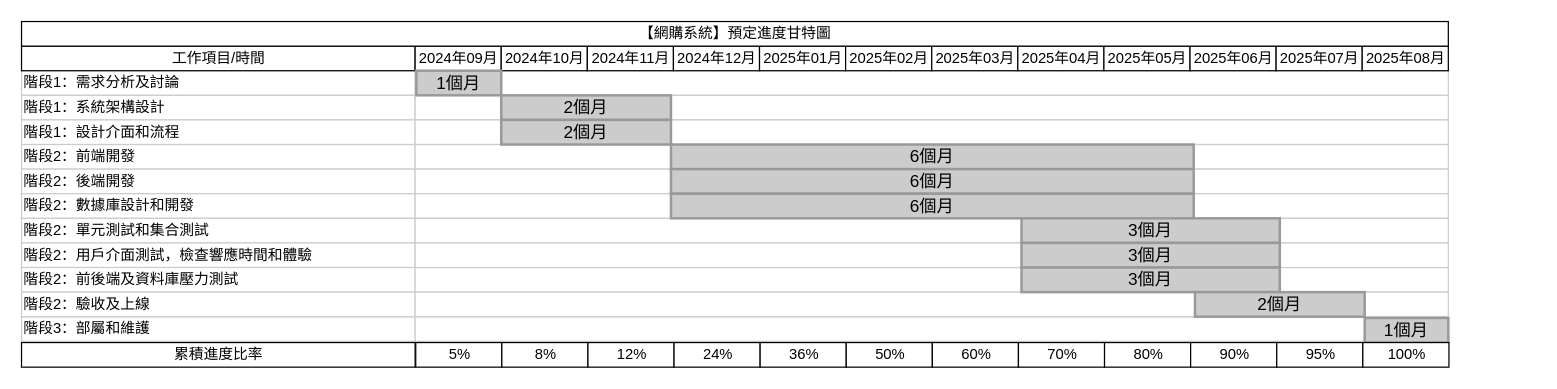
Earlier version of the draw.io diagram src/一下_軟體專案管理/專案管理2024.05.04.drawio (weiiweiihung/NTOU_Homework). Source tidied: cells renumbered, new cells numbered last; positions are measured from the earlier drawing's top-left corner, leaving out a move shared by most shapes. Both pictures are drawn from the tidied source at 123%, with x=0, y=0 at pixel (21, 21).
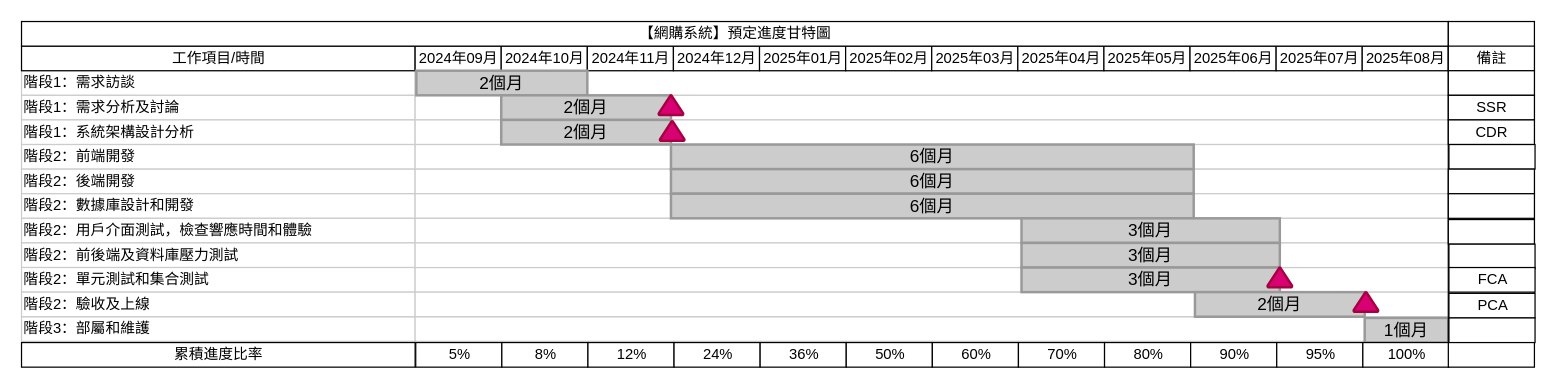
After the change.

Diff of the diagram source:
```diff
@@
-    <mxCell id="2" value="階段1：需求分析及討論" style="align=left;strokeColor=#CCCCCC;html=1;" parent="1" vertex="1">
+    <mxCell id="2" value="階段1：需求訪談" style="align=left;strokeColor=#CCCCCC;html=1;" parent="1" vertex="1">
       <mxGeometry y="40" width="320" height="20" as="geometry" />
     </mxCell>
-    <mxCell id="3" value="階段1：系統架構設計" style="align=left;strokeColor=#CCCCCC;html=1;" parent="1" vertex="1">
+    <mxCell id="3" value="階段1：需求分析及討論" style="align=left;strokeColor=#CCCCCC;html=1;" parent="1" vertex="1">
       <mxGeometry y="60" width="320" height="20" as="geometry" />
     </mxCell>
-    <mxCell id="4" value="階段1：設計介面和流程" style="align=left;strokeColor=#CCCCCC;html=1;" parent="1" vertex="1">
+    <mxCell id="4" value="階段1：系統架構設計分析" style="align=left;strokeColor=#CCCCCC;html=1;" parent="1" vertex="1">
       <mxGeometry y="80" width="320" height="20" as="geometry" />
     </mxCell>
@@
-    <mxCell id="9" value="階段2：單元測試和集合測試" style="align=left;strokeColor=#CCCCCC;html=1;" parent="1" vertex="1">
+    <mxCell id="9" value="階段2：用戶介面測試，檢查響應時間和體驗" style="align=left;strokeColor=#CCCCCC;html=1;" parent="1" vertex="1">
       <mxGeometry y="160" width="320" height="20" as="geometry" />
     </mxCell>
@@
-    <mxCell id="33" value="階段2：用戶介面測試，檢查響應時間和體驗" style="align=left;strokeColor=#CCCCCC;html=1;" parent="1" vertex="1">
+    <mxCell id="33" value="階段2：前後端及資料庫壓力測試" style="align=left;strokeColor=#CCCCCC;html=1;" parent="1" vertex="1">
       <mxGeometry y="180" width="320" height="20" as="geometry" />
     </mxCell>
-    <mxCell id="34" value="階段2：前後端及資料庫壓力測試" style="align=left;strokeColor=#CCCCCC;html=1;" parent="1" vertex="1">
+    <mxCell id="34" value="階段2：單元測試和集合測試" style="align=left;strokeColor=#CCCCCC;html=1;" parent="1" vertex="1">
       <mxGeometry y="200" width="320" height="20" as="geometry" />
     </mxCell>
@@
-    <mxCell id="39" value="1個月" style="whiteSpace=wrap;html=1;strokeWidth=2;fillColor=#CCCCCC;gradientColor=none;fontSize=14;align=center;strokeColor=#999999;" parent="1" vertex="1">
-      <mxGeometry x="321" y="40" width="69" height="20" as="geometry" />
+    <mxCell id="39" value="2個月" style="whiteSpace=wrap;html=1;strokeWidth=2;fillColor=#CCCCCC;gradientColor=none;fontSize=14;align=center;strokeColor=#999999;" parent="1" vertex="1">
+      <mxGeometry x="321" y="40" width="139" height="20" as="geometry" />
     </mxCell>
@@
+    <mxCell id="62" style="strokeWidth=2;html=1;shape=mxgraph.flowchart.extract_or_measurement;whiteSpace=wrap;fillColor=#d80073;fontColor=#ffffff;strokeColor=#A50040;" parent="1" vertex="1">
+      <mxGeometry x="518" y="60" width="20" height="16" as="geometry" />
+    </mxCell>
+    <mxCell id="63" style="strokeWidth=1;fontStyle=0;html=1;" parent="1" vertex="1">
+      <mxGeometry x="1160" width="70" height="281" as="geometry" />
+    </mxCell>
+    <mxCell id="64" value="備註" style="strokeWidth=1;fontStyle=0;html=1;" parent="1" vertex="1">
+      <mxGeometry x="1160" y="20" width="70" height="20" as="geometry" />
+    </mxCell>
+    <mxCell id="65" style="strokeWidth=1;fontStyle=0;html=1;" parent="1" vertex="1">
+      <mxGeometry x="1160" y="40" width="70" height="20" as="geometry" />
+    </mxCell>
+    <mxCell id="66" value="SSR" style="strokeWidth=1;fontStyle=0;html=1;" parent="1" vertex="1">
+      <mxGeometry x="1160" y="60" width="70" height="20" as="geometry" />
+    </mxCell>
+    <mxCell id="67" value="CDR" style="strokeWidth=1;fontStyle=0;html=1;" parent="1" vertex="1">
+      <mxGeometry x="1160" y="80" width="70" height="20" as="geometry" />
+    </mxCell>
+    <mxCell id="68" style="strokeWidth=1;fontStyle=0;html=1;" parent="1" vertex="1">
+      <mxGeometry x="1160.5" y="100" width="70" height="20" as="geometry" />
+    </mxCell>
+    <mxCell id="69" style="strokeWidth=1;fontStyle=0;html=1;" parent="1" vertex="1">
+      <mxGeometry x="1160" y="120" width="70" height="20" as="geometry" />
+    </mxCell>
+    <mxCell id="70" style="strokeWidth=1;fontStyle=0;html=1;" parent="1" vertex="1">
+      <mxGeometry x="1160" y="140" width="70" height="20" as="geometry" />
+    </mxCell>
+    <mxCell id="71" style="strokeWidth=1;fontStyle=0;html=1;" parent="1" vertex="1">
+      <mxGeometry x="1160" y="161" width="70" height="20" as="geometry" />
+    </mxCell>
+    <mxCell id="72" style="strokeWidth=1;fontStyle=0;html=1;" parent="1" vertex="1">
+      <mxGeometry x="1160.5" y="181" width="70" height="20" as="geometry" />
+    </mxCell>
+    <mxCell id="73" value="FCA" style="strokeWidth=1;fontStyle=0;html=1;" parent="1" vertex="1">
+      <mxGeometry x="1160.5" y="200" width="70" height="20" as="geometry" />
+    </mxCell>
+    <mxCell id="74" value="PCA" style="strokeWidth=1;fontStyle=0;html=1;" parent="1" vertex="1">
+      <mxGeometry x="1160.5" y="221" width="70" height="20" as="geometry" />
+    </mxCell>
+    <mxCell id="75" style="strokeWidth=1;fontStyle=0;html=1;" parent="1" vertex="1">
+      <mxGeometry x="1160.5" y="241" width="70" height="20" as="geometry" />
+    </mxCell>
+    <mxCell id="76" style="strokeWidth=2;html=1;shape=mxgraph.flowchart.extract_or_measurement;whiteSpace=wrap;fillColor=#d80073;fontColor=#ffffff;strokeColor=#A50040;" parent="1" vertex="1">
+      <mxGeometry x="519" y="81" width="20" height="16" as="geometry" />
+    </mxCell>
+    <mxCell id="77" style="strokeWidth=2;html=1;shape=mxgraph.flowchart.extract_or_measurement;whiteSpace=wrap;fillColor=#d80073;fontColor=#ffffff;strokeColor=#A50040;" parent="1" vertex="1">
+      <mxGeometry x="1013" y="200" width="20" height="16" as="geometry" />
+    </mxCell>
+    <mxCell id="78" style="strokeWidth=2;html=1;shape=mxgraph.flowchart.extract_or_measurement;whiteSpace=wrap;fillColor=#d80073;fontColor=#ffffff;strokeColor=#A50040;" parent="1" vertex="1">
+      <mxGeometry x="1083" y="220" width="20" height="16" as="geometry" />
+    </mxCell>
```
